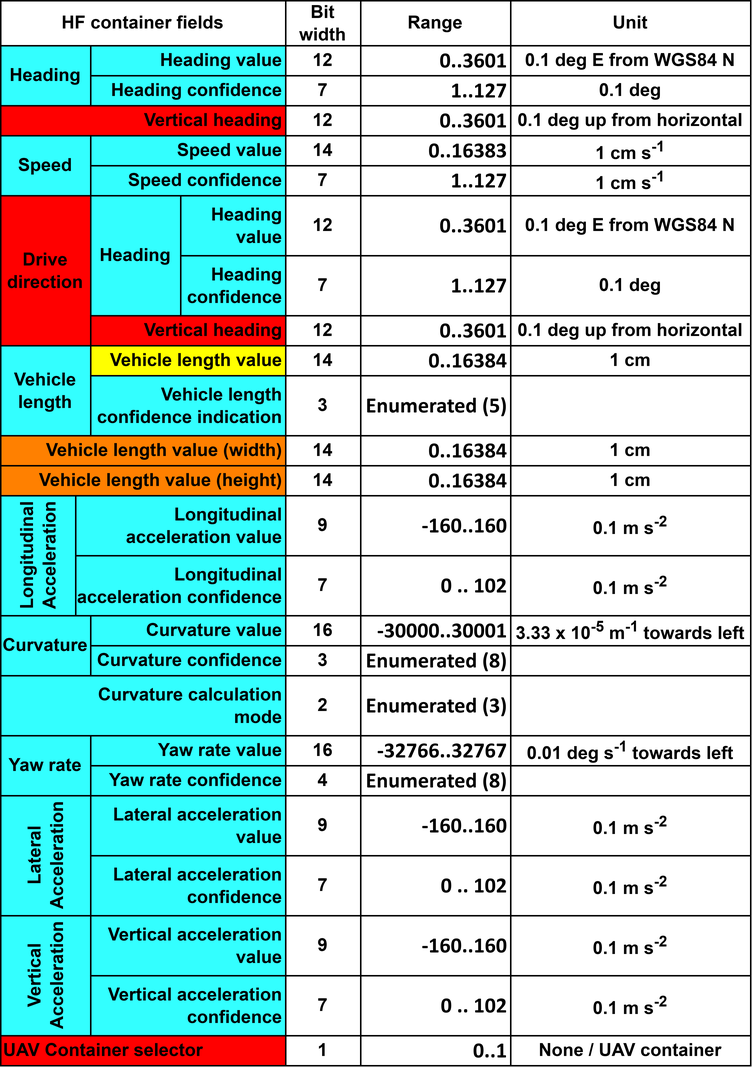
Earlier version of the draw.io export uav_cam/protocol stack hf container.drawio.png (sandaruwanjayaweera/v2xplus). Source tidied: cells renumbered, new cells last; positions are measured from the earlier drawing's top-left corner, leaving out a move shared by most shapes.
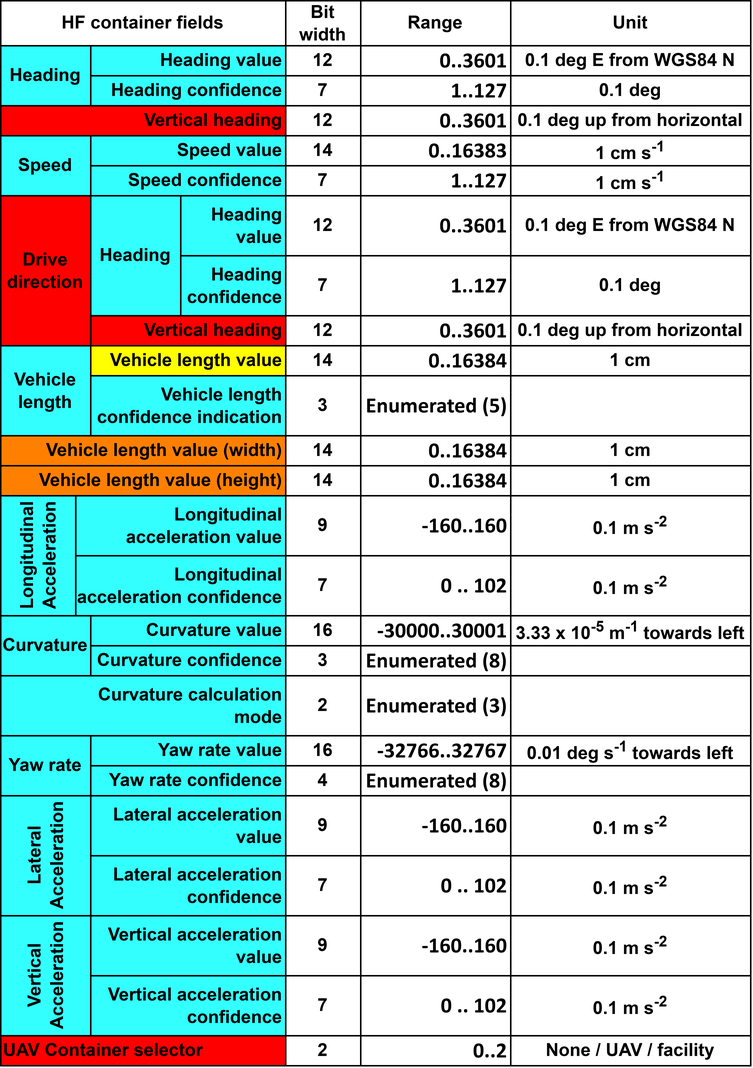
The same diagram one commit later.

Commit message:
choice flexible

Diff of the diagram source:
```diff
@@ -323,13 +323,13 @@
     <mxCell id="108" value="UAV Container selector" style="rounded=0;whiteSpace=wrap;html=1;align=left;fillColor=#FF0000;fontStyle=1;" parent="1" vertex="1">
       <mxGeometry x="15" y="690" width="190" height="20" as="geometry" />
     </mxCell>
-    <mxCell id="109" value="1" style="rounded=0;whiteSpace=wrap;html=1;align=center;fontStyle=1;" parent="1" vertex="1">
+    <mxCell id="109" value="2" style="rounded=0;whiteSpace=wrap;html=1;align=center;fontStyle=1;" parent="1" vertex="1">
       <mxGeometry x="205" y="690" width="50" height="20" as="geometry" />
     </mxCell>
-    <mxCell id="110" value="&lt;span style=&quot;font-family: calibri, &amp;quot;segoe ui&amp;quot;, calibri, thonburi, arial, verdana, sans-serif, &amp;quot;mongolian baiti&amp;quot;, &amp;quot;microsoft yi baiti&amp;quot;, &amp;quot;javanese text&amp;quot;; font-size: 14.6667px; background-color: rgb(255, 255, 255);&quot;&gt;0..1&lt;/span&gt;" style="rounded=0;whiteSpace=wrap;html=1;align=right;fontStyle=1;" parent="1" vertex="1">
+    <mxCell id="110" value="&lt;span style=&quot;font-family: calibri, &amp;quot;segoe ui&amp;quot;, calibri, thonburi, arial, verdana, sans-serif, &amp;quot;mongolian baiti&amp;quot;, &amp;quot;microsoft yi baiti&amp;quot;, &amp;quot;javanese text&amp;quot;; font-size: 14.6667px; background-color: rgb(255, 255, 255);&quot;&gt;0..2&lt;/span&gt;" style="rounded=0;whiteSpace=wrap;html=1;align=right;fontStyle=1;" parent="1" vertex="1">
       <mxGeometry x="255" y="690" width="100" height="20" as="geometry" />
     </mxCell>
-    <mxCell id="111" value="None / UAV container" style="rounded=0;whiteSpace=wrap;html=1;align=center;fillColor=#FFFFFF;fontStyle=1;" parent="1" vertex="1">
+    <mxCell id="111" value="None / UAV / facility" style="rounded=0;whiteSpace=wrap;html=1;align=center;fillColor=#FFFFFF;fontStyle=1;" parent="1" vertex="1">
       <mxGeometry x="355" y="690" width="160" height="20" as="geometry" />
     </mxCell>
   </root>
```
